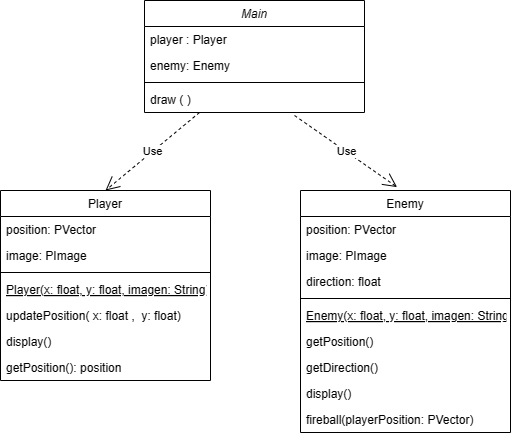
ale181021aa/Planeamiento-de-Mec-nicas-UNJU keeps this draw.io diagram as TRABAJO PRÁCTICO 1/PUNTO_11/Diagrama_punto11.png. Above is the earlier version. Source tidied: cells renumbered, new cells last; positions are measured from the earlier drawing's top-left corner, leaving out a move shared by most shapes. Its diagram source:
```xml
<mxGraphModel>
  <root>
    <mxCell id="0" />
    <mxCell id="1" parent="0" />
    <mxCell id="2" value="Main" style="swimlane;fontStyle=2;align=center;verticalAlign=top;horizontal=1;startSize=26;rounded=0;shadow=0;strokeWidth=1;" parent="1" vertex="1">
      <mxGeometry x="144" width="220" height="112" as="geometry" />
    </mxCell>
    <mxCell id="3" value="player : Player" style="text;align=left;verticalAlign=top;spacingLeft=4;spacingRight=4;overflow=hidden;" parent="2" vertex="1">
      <mxGeometry y="26" width="220" height="26" as="geometry" />
    </mxCell>
    <mxCell id="4" value="enemy: Enemy" style="text;align=left;verticalAlign=top;spacingLeft=4;spacingRight=4;overflow=hidden;rounded=0;shadow=0;html=0;" parent="2" vertex="1">
      <mxGeometry y="52" width="220" height="26" as="geometry" />
    </mxCell>
    <mxCell id="5" style="line;html=1;strokeWidth=1;align=left;verticalAlign=middle;spacingTop=-1;spacingLeft=3;spacingRight=3;labelPosition=right;" parent="2" vertex="1">
      <mxGeometry y="78" width="220" height="8" as="geometry" />
    </mxCell>
    <mxCell id="6" value="draw ( )" style="text;align=left;verticalAlign=top;spacingLeft=4;spacingRight=4;overflow=hidden;points=[[0,0.5],[1,0.5]];portConstraint=eastwest;" parent="2" vertex="1">
      <mxGeometry y="86" width="220" height="26" as="geometry" />
    </mxCell>
    <mxCell id="7" value="Player" style="swimlane;fontStyle=0;align=center;verticalAlign=top;horizontal=1;startSize=26;rounded=0;shadow=0;strokeWidth=1;" parent="1" vertex="1">
      <mxGeometry y="190" width="210" height="190" as="geometry" />
    </mxCell>
    <mxCell id="8" value="position: PVector" style="text;align=left;verticalAlign=top;spacingLeft=4;spacingRight=4;overflow=hidden;" parent="7" vertex="1">
      <mxGeometry y="26" width="210" height="26" as="geometry" />
    </mxCell>
    <mxCell id="9" value="image: PImage" style="text;align=left;verticalAlign=top;spacingLeft=4;spacingRight=4;overflow=hidden;rounded=0;shadow=0;html=0;" parent="7" vertex="1">
      <mxGeometry y="52" width="210" height="26" as="geometry" />
    </mxCell>
    <mxCell id="10" style="line;html=1;strokeWidth=1;align=left;verticalAlign=middle;spacingTop=-1;spacingLeft=3;spacingRight=3;labelPosition=right;" parent="7" vertex="1">
      <mxGeometry y="78" width="210" height="8" as="geometry" />
    </mxCell>
    <mxCell id="11" value="Player(x: float, y: float, imagen: String)" style="text;align=left;verticalAlign=top;spacingLeft=4;spacingRight=4;overflow=hidden;fontStyle=4;" parent="7" vertex="1">
      <mxGeometry y="86" width="210" height="26" as="geometry" />
    </mxCell>
    <mxCell id="12" value="updatePosition( x: float ,  y: float)" style="text;align=left;verticalAlign=top;spacingLeft=4;spacingRight=4;overflow=hidden;" parent="7" vertex="1">
      <mxGeometry y="112" width="210" height="26" as="geometry" />
    </mxCell>
    <mxCell id="13" value="display()" style="text;align=left;verticalAlign=top;spacingLeft=4;spacingRight=4;overflow=hidden;" parent="7" vertex="1">
      <mxGeometry y="138" width="210" height="26" as="geometry" />
    </mxCell>
    <mxCell id="14" value="getPosition(): position" style="text;align=left;verticalAlign=top;spacingLeft=4;spacingRight=4;overflow=hidden;" parent="7" vertex="1">
      <mxGeometry y="164" width="210" height="26" as="geometry" />
    </mxCell>
    <mxCell id="15" value="Enemy" style="swimlane;fontStyle=0;align=center;verticalAlign=top;horizontal=1;startSize=26;rounded=0;shadow=0;strokeWidth=1;" parent="1" vertex="1">
      <mxGeometry x="300" y="190" width="210" height="242" as="geometry" />
    </mxCell>
    <mxCell id="16" value="position: PVector" style="text;align=left;verticalAlign=top;spacingLeft=4;spacingRight=4;overflow=hidden;" parent="15" vertex="1">
      <mxGeometry y="26" width="210" height="26" as="geometry" />
    </mxCell>
    <mxCell id="17" value="image: PImage" style="text;align=left;verticalAlign=top;spacingLeft=4;spacingRight=4;overflow=hidden;rounded=0;shadow=0;html=0;" parent="15" vertex="1">
      <mxGeometry y="52" width="210" height="26" as="geometry" />
    </mxCell>
    <mxCell id="18" value="direction: float" style="text;align=left;verticalAlign=top;spacingLeft=4;spacingRight=4;overflow=hidden;points=[[0,0.5],[1,0.5]];portConstraint=eastwest;rounded=0;shadow=0;html=0;" parent="15" vertex="1">
      <mxGeometry y="78" width="210" height="26" as="geometry" />
    </mxCell>
    <mxCell id="19" style="line;html=1;strokeWidth=1;align=left;verticalAlign=middle;spacingTop=-1;spacingLeft=3;spacingRight=3;labelPosition=right;" parent="15" vertex="1">
      <mxGeometry y="104" width="210" height="8" as="geometry" />
    </mxCell>
    <mxCell id="20" value="Enemy(x: float, y: float, imagen: String)" style="text;align=left;verticalAlign=top;spacingLeft=4;spacingRight=4;overflow=hidden;fontStyle=4;" parent="15" vertex="1">
      <mxGeometry y="112" width="210" height="26" as="geometry" />
    </mxCell>
    <mxCell id="21" value="getPosition()" style="text;align=left;verticalAlign=top;spacingLeft=4;spacingRight=4;overflow=hidden;" parent="15" vertex="1">
      <mxGeometry y="138" width="210" height="26" as="geometry" />
    </mxCell>
    <mxCell id="22" value="getDirection()" style="text;align=left;verticalAlign=top;spacingLeft=4;spacingRight=4;overflow=hidden;" parent="15" vertex="1">
      <mxGeometry y="164" width="210" height="26" as="geometry" />
    </mxCell>
    <mxCell id="23" value="display()" style="text;align=left;verticalAlign=top;spacingLeft=4;spacingRight=4;overflow=hidden;" parent="15" vertex="1">
      <mxGeometry y="190" width="210" height="26" as="geometry" />
    </mxCell>
    <mxCell id="24" value="fireball(playerPosition: PVector)" style="text;align=left;verticalAlign=top;spacingLeft=4;spacingRight=4;overflow=hidden;" parent="15" vertex="1">
      <mxGeometry y="216" width="210" height="26" as="geometry" />
    </mxCell>
    <mxCell id="25" value="Use" style="endArrow=open;endSize=12;dashed=1;html=1;rounded=0;exitX=0.25;exitY=1;exitDx=0;exitDy=0;entryX=0.5;entryY=0;entryDx=0;entryDy=0;" parent="1" edge="1" source="2" target="7">
      <mxGeometry relative="1" as="geometry" />
    </mxCell>
    <mxCell id="26" value="Use" style="endArrow=open;endSize=12;dashed=1;html=1;rounded=0;entryX=0.46;entryY=-0.014;entryDx=0;entryDy=0;entryPerimeter=0;exitX=0.682;exitY=1.115;exitDx=0;exitDy=0;exitPerimeter=0;" parent="1" edge="1" source="6" target="15">
      <mxGeometry relative="1" as="geometry" />
    </mxCell>
  </root>
</mxGraphModel>
```
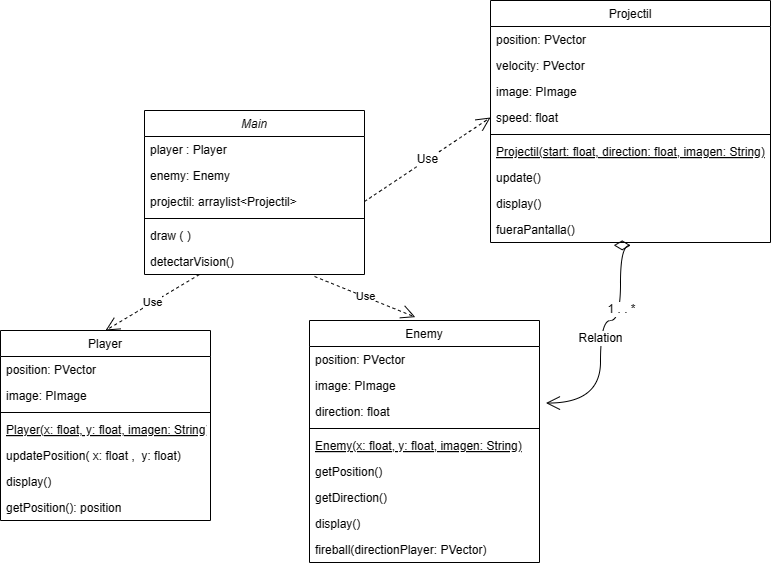
Later version of the same file.

Commit message:
Modificación del diagrama de clases

Diff of the diagram source:
```diff
@@ -3,7 +3,7 @@
     <mxCell id="0" />
     <mxCell id="1" parent="0" />
     <mxCell id="2" value="Main" style="swimlane;fontStyle=2;align=center;verticalAlign=top;horizontal=1;startSize=26;rounded=0;shadow=0;strokeWidth=1;" parent="1" vertex="1">
-      <mxGeometry x="144" width="220" height="112" as="geometry" />
+      <mxGeometry x="144" width="220" height="164" as="geometry" />
     </mxCell>
     <mxCell id="3" value="player : Player" style="text;align=left;verticalAlign=top;spacingLeft=4;spacingRight=4;overflow=hidden;" parent="2" vertex="1">
       <mxGeometry y="26" width="220" height="26" as="geometry" />
@@ -11,14 +11,20 @@
     <mxCell id="4" value="enemy: Enemy" style="text;align=left;verticalAlign=top;spacingLeft=4;spacingRight=4;overflow=hidden;rounded=0;shadow=0;html=0;" parent="2" vertex="1">
       <mxGeometry y="52" width="220" height="26" as="geometry" />
     </mxCell>
+    <mxCell id="27" value="projectil: arraylist&lt;Projectil&gt;" style="text;align=left;verticalAlign=top;spacingLeft=4;spacingRight=4;overflow=hidden;points=[[0,0.5],[1,0.5]];portConstraint=eastwest;rounded=0;shadow=0;html=0;" parent="2" vertex="1">
+      <mxGeometry y="78" width="220" height="26" as="geometry" />
+    </mxCell>
     <mxCell id="5" style="line;html=1;strokeWidth=1;align=left;verticalAlign=middle;spacingTop=-1;spacingLeft=3;spacingRight=3;labelPosition=right;" parent="2" vertex="1">
-      <mxGeometry y="78" width="220" height="8" as="geometry" />
+      <mxGeometry y="104" width="220" height="8" as="geometry" />
     </mxCell>
     <mxCell id="6" value="draw ( )" style="text;align=left;verticalAlign=top;spacingLeft=4;spacingRight=4;overflow=hidden;points=[[0,0.5],[1,0.5]];portConstraint=eastwest;" parent="2" vertex="1">
-      <mxGeometry y="86" width="220" height="26" as="geometry" />
+      <mxGeometry y="112" width="220" height="26" as="geometry" />
     </mxCell>
+    <mxCell id="28" value="detectarVision()" style="text;align=left;verticalAlign=top;spacingLeft=4;spacingRight=4;overflow=hidden;points=[[0,0.5],[1,0.5]];portConstraint=eastwest;" parent="2" vertex="1">
+      <mxGeometry y="138" width="220" height="26" as="geometry" />
+    </mxCell>
     <mxCell id="7" value="Player" style="swimlane;fontStyle=0;align=center;verticalAlign=top;horizontal=1;startSize=26;rounded=0;shadow=0;strokeWidth=1;" parent="1" vertex="1">
-      <mxGeometry y="190" width="210" height="190" as="geometry" />
+      <mxGeometry y="220" width="210" height="190" as="geometry" />
     </mxCell>
     <mxCell id="8" value="position: PVector" style="text;align=left;verticalAlign=top;spacingLeft=4;spacingRight=4;overflow=hidden;" parent="7" vertex="1">
       <mxGeometry y="26" width="210" height="26" as="geometry" />
@@ -42,40 +48,86 @@
       <mxGeometry y="164" width="210" height="26" as="geometry" />
     </mxCell>
     <mxCell id="15" value="Enemy" style="swimlane;fontStyle=0;align=center;verticalAlign=top;horizontal=1;startSize=26;rounded=0;shadow=0;strokeWidth=1;" parent="1" vertex="1">
-      <mxGeometry x="300" y="190" width="210" height="242" as="geometry" />
+      <mxGeometry x="309" y="210" width="230" height="242" as="geometry" />
     </mxCell>
     <mxCell id="16" value="position: PVector" style="text;align=left;verticalAlign=top;spacingLeft=4;spacingRight=4;overflow=hidden;" parent="15" vertex="1">
-      <mxGeometry y="26" width="210" height="26" as="geometry" />
+      <mxGeometry y="26" width="230" height="26" as="geometry" />
     </mxCell>
     <mxCell id="17" value="image: PImage" style="text;align=left;verticalAlign=top;spacingLeft=4;spacingRight=4;overflow=hidden;rounded=0;shadow=0;html=0;" parent="15" vertex="1">
-      <mxGeometry y="52" width="210" height="26" as="geometry" />
+      <mxGeometry y="52" width="230" height="26" as="geometry" />
     </mxCell>
     <mxCell id="18" value="direction: float" style="text;align=left;verticalAlign=top;spacingLeft=4;spacingRight=4;overflow=hidden;points=[[0,0.5],[1,0.5]];portConstraint=eastwest;rounded=0;shadow=0;html=0;" parent="15" vertex="1">
-      <mxGeometry y="78" width="210" height="26" as="geometry" />
+      <mxGeometry y="78" width="230" height="26" as="geometry" />
     </mxCell>
     <mxCell id="19" style="line;html=1;strokeWidth=1;align=left;verticalAlign=middle;spacingTop=-1;spacingLeft=3;spacingRight=3;labelPosition=right;" parent="15" vertex="1">
-      <mxGeometry y="104" width="210" height="8" as="geometry" />
+      <mxGeometry y="104" width="230" height="8" as="geometry" />
     </mxCell>
     <mxCell id="20" value="Enemy(x: float, y: float, imagen: String)" style="text;align=left;verticalAlign=top;spacingLeft=4;spacingRight=4;overflow=hidden;fontStyle=4;" parent="15" vertex="1">
-      <mxGeometry y="112" width="210" height="26" as="geometry" />
+      <mxGeometry y="112" width="230" height="26" as="geometry" />
     </mxCell>
     <mxCell id="21" value="getPosition()" style="text;align=left;verticalAlign=top;spacingLeft=4;spacingRight=4;overflow=hidden;" parent="15" vertex="1">
-      <mxGeometry y="138" width="210" height="26" as="geometry" />
+      <mxGeometry y="138" width="230" height="26" as="geometry" />
     </mxCell>
     <mxCell id="22" value="getDirection()" style="text;align=left;verticalAlign=top;spacingLeft=4;spacingRight=4;overflow=hidden;" parent="15" vertex="1">
-      <mxGeometry y="164" width="210" height="26" as="geometry" />
+      <mxGeometry y="164" width="230" height="26" as="geometry" />
     </mxCell>
     <mxCell id="23" value="display()" style="text;align=left;verticalAlign=top;spacingLeft=4;spacingRight=4;overflow=hidden;" parent="15" vertex="1">
-      <mxGeometry y="190" width="210" height="26" as="geometry" />
+      <mxGeometry y="190" width="230" height="26" as="geometry" />
     </mxCell>
-    <mxCell id="24" value="fireball(playerPosition: PVector)" style="text;align=left;verticalAlign=top;spacingLeft=4;spacingRight=4;overflow=hidden;" parent="15" vertex="1">
-      <mxGeometry y="216" width="210" height="26" as="geometry" />
+    <mxCell id="24" value="fireball(directionPlayer: PVector)" style="text;align=left;verticalAlign=top;spacingLeft=4;spacingRight=4;overflow=hidden;" parent="15" vertex="1">
+      <mxGeometry y="216" width="230" height="26" as="geometry" />
     </mxCell>
     <mxCell id="25" value="Use" style="endArrow=open;endSize=12;dashed=1;html=1;rounded=0;exitX=0.25;exitY=1;exitDx=0;exitDy=0;entryX=0.5;entryY=0;entryDx=0;entryDy=0;" parent="1" edge="1" source="2" target="7">
       <mxGeometry relative="1" as="geometry" />
     </mxCell>
-    <mxCell id="26" value="Use" style="endArrow=open;endSize=12;dashed=1;html=1;rounded=0;entryX=0.46;entryY=-0.014;entryDx=0;entryDy=0;entryPerimeter=0;exitX=0.682;exitY=1.115;exitDx=0;exitDy=0;exitPerimeter=0;" parent="1" edge="1" source="6" target="15">
+    <mxCell id="26" value="Use" style="endArrow=open;endSize=12;dashed=1;html=1;rounded=0;entryX=0.46;entryY=-0.014;entryDx=0;entryDy=0;entryPerimeter=0;exitX=0.773;exitY=1.077;exitDx=0;exitDy=0;exitPerimeter=0;" parent="1" edge="1" source="28" target="15">
       <mxGeometry relative="1" as="geometry" />
     </mxCell>
+    <mxCell id="29" value="Projectil" style="swimlane;fontStyle=0;align=center;verticalAlign=top;horizontal=1;startSize=26;rounded=0;shadow=0;strokeWidth=1;" parent="1" vertex="1">
+      <mxGeometry x="490" y="-110" width="280" height="242" as="geometry" />
+    </mxCell>
+    <mxCell id="30" value="position: PVector" style="text;align=left;verticalAlign=top;spacingLeft=4;spacingRight=4;overflow=hidden;" parent="29" vertex="1">
+      <mxGeometry y="26" width="280" height="26" as="geometry" />
+    </mxCell>
+    <mxCell id="31" value="velocity: PVector" style="text;align=left;verticalAlign=top;spacingLeft=4;spacingRight=4;overflow=hidden;rounded=0;shadow=0;html=0;" parent="29" vertex="1">
+      <mxGeometry y="52" width="280" height="26" as="geometry" />
+    </mxCell>
+    <mxCell id="32" value="image: PImage" style="text;align=left;verticalAlign=top;spacingLeft=4;spacingRight=4;overflow=hidden;rounded=0;shadow=0;html=0;" parent="29" vertex="1">
+      <mxGeometry y="78" width="280" height="26" as="geometry" />
+    </mxCell>
+    <mxCell id="33" value="speed: float" style="text;align=left;verticalAlign=top;spacingLeft=4;spacingRight=4;overflow=hidden;points=[[0,0.5],[1,0.5]];portConstraint=eastwest;rounded=0;shadow=0;html=0;" parent="29" vertex="1">
+      <mxGeometry y="104" width="280" height="26" as="geometry" />
+    </mxCell>
+    <mxCell id="34" style="line;html=1;strokeWidth=1;align=left;verticalAlign=middle;spacingTop=-1;spacingLeft=3;spacingRight=3;labelPosition=right;" parent="29" vertex="1">
+      <mxGeometry y="130" width="280" height="8" as="geometry" />
+    </mxCell>
+    <mxCell id="35" value="Projectil(start: float, direction: float, imagen: String)" style="text;align=left;verticalAlign=top;spacingLeft=4;spacingRight=4;overflow=hidden;fontStyle=4;" parent="29" vertex="1">
+      <mxGeometry y="138" width="280" height="26" as="geometry" />
+    </mxCell>
+    <mxCell id="36" value="update()" style="text;align=left;verticalAlign=top;spacingLeft=4;spacingRight=4;overflow=hidden;" parent="29" vertex="1">
+      <mxGeometry y="164" width="280" height="26" as="geometry" />
+    </mxCell>
+    <mxCell id="37" value="display()" style="text;align=left;verticalAlign=top;spacingLeft=4;spacingRight=4;overflow=hidden;" parent="29" vertex="1">
+      <mxGeometry y="190" width="280" height="26" as="geometry" />
+    </mxCell>
+    <mxCell id="38" value="fueraPantalla() " style="text;align=left;verticalAlign=top;spacingLeft=4;spacingRight=4;overflow=hidden;points=[[0,0.5],[1,0.5]];portConstraint=eastwest;" parent="29" vertex="1">
+      <mxGeometry y="216" width="280" height="26" as="geometry" />
+    </mxCell>
+    <mxCell id="39" value="Relation" style="endArrow=open;html=1;endSize=12;startArrow=diamondThin;startSize=14;startFill=0;edgeStyle=orthogonalEdgeStyle;rounded=0;fontSize=12;curved=1;exitX=0.44;exitY=1.107;exitDx=0;exitDy=0;exitPerimeter=0;entryX=1.028;entryY=0.175;entryDx=0;entryDy=0;entryPerimeter=0;" parent="1" edge="1" source="38" target="18">
+      <mxGeometry relative="1" as="geometry">
+        <Array as="points">
+          <mxPoint x="620" y="135" />
+          <mxPoint x="620" y="210" />
+          <mxPoint x="600" y="210" />
+          <mxPoint x="600" y="293" />
+        </Array>
+      </mxGeometry>
+    </mxCell>
+    <mxCell id="40" value="1 . . *" style="edgeLabel;html=1;align=center;verticalAlign=middle;fontSize=12;" parent="39" vertex="1">
+      <mxGeometry x="-0.41" relative="1" as="geometry" />
+    </mxCell>
+    <mxCell id="41" value="Use" style="endArrow=open;endSize=12;dashed=1;html=1;rounded=0;fontSize=12;curved=1;exitX=1;exitY=0.5;exitDx=0;exitDy=0;entryX=0;entryY=0.5;entryDx=0;entryDy=0;" parent="1" edge="1" source="27" target="33">
+      <mxGeometry relative="1" as="geometry" />
+    </mxCell>
   </root>
 </mxGraphModel>
```
